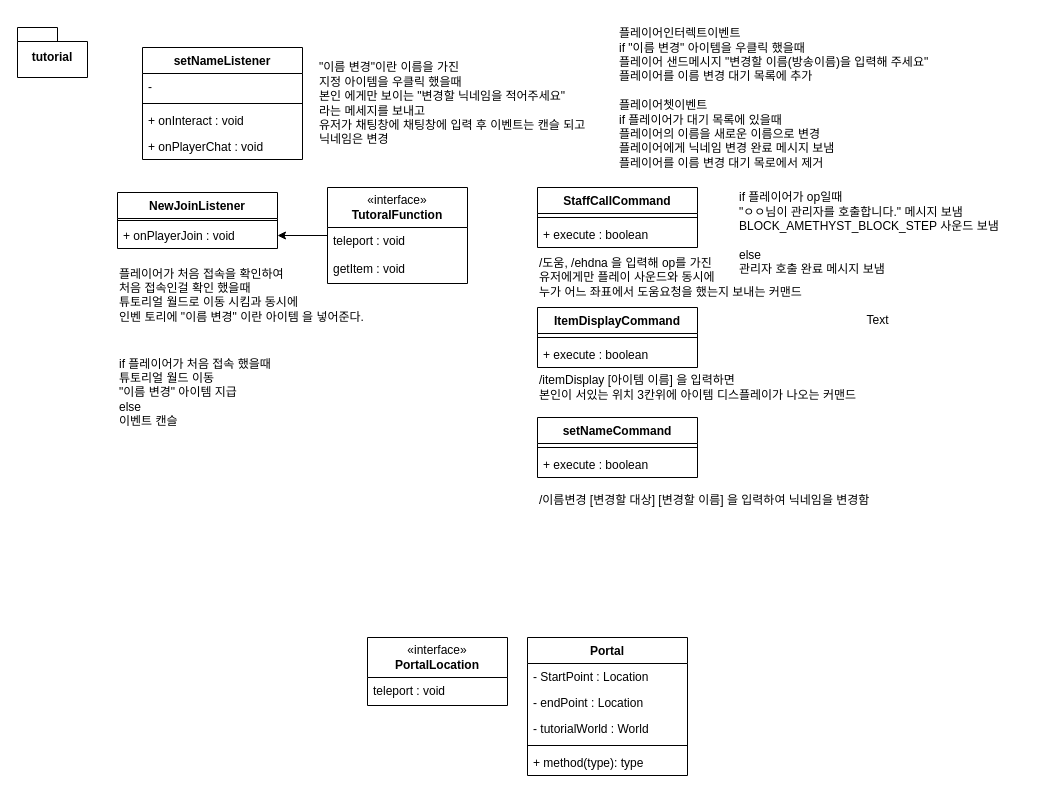
Earlier version of the draw.io diagram 제목 없는 다이어그램.drawio (kuroneko42/ArenaGame). Source tidied: cells renumbered, new cells numbered last; positions are measured from the earlier drawing's top-left corner, leaving out a move shared by most shapes. Both pictures are drawn from the tidied source at 100%, with x=0, y=0 at pixel (17, 17).
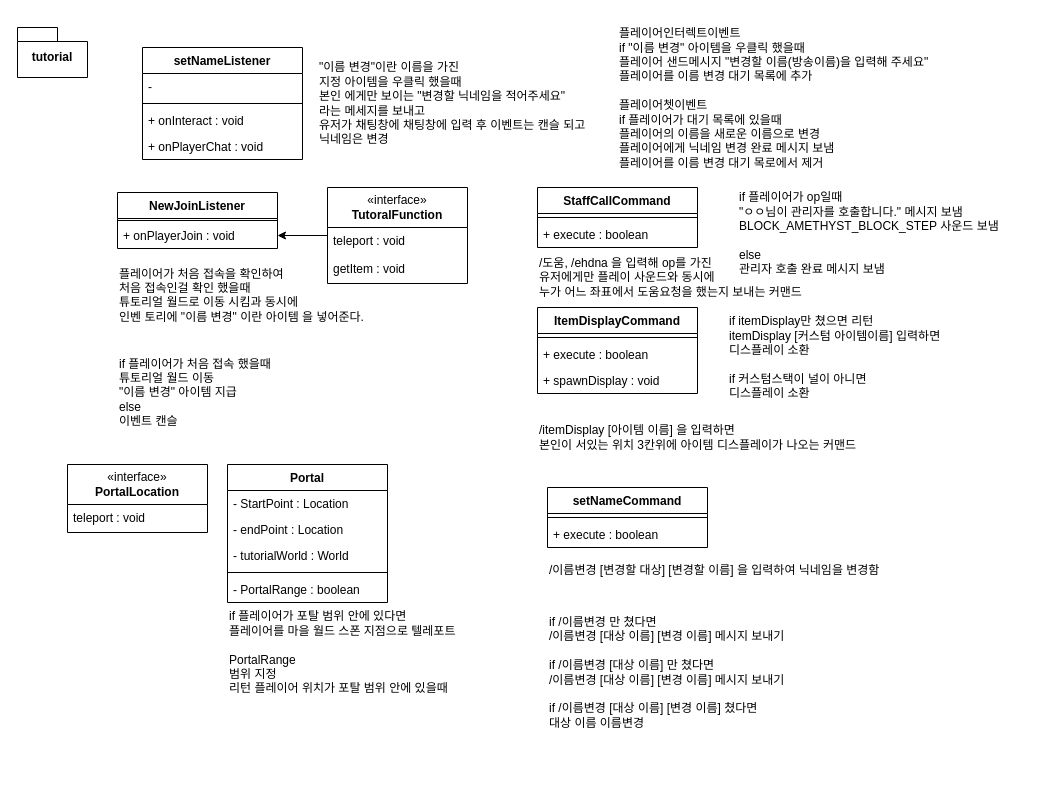
After the change.

Commit message:
제목 없는 다이어그램.drawio 업데이트

The edit, as a diff of the source:
```diff
@@
     <mxCell id="6" value="ItemDisplayCommand" style="swimlane;fontStyle=1;align=center;verticalAlign=top;horizontal=1;startSize=26;whiteSpace=wrap;html=1;" parent="1" vertex="1">
-      <mxGeometry x="520" y="290" width="160" height="60" as="geometry" />
+      <mxGeometry x="520" y="290" width="160" height="86" as="geometry" />
     </mxCell>
@@
+    <mxCell id="41" value="+ spawnDisplay : void" style="text;strokeColor=none;fillColor=none;align=left;verticalAlign=top;spacingLeft=4;spacingRight=4;overflow=hidden;whiteSpace=wrap;html=1;" parent="6" vertex="1">
+      <mxGeometry y="60" width="160" height="26" as="geometry" />
+    </mxCell>
@@
     <mxCell id="12" value="«interface»&lt;br&gt;&lt;b&gt;PortalLocation&lt;/b&gt;" style="swimlane;fontStyle=0;horizontal=1;startSize=40;fillColor=none;whiteSpace=wrap;html=1;" parent="1" vertex="1">
-      <mxGeometry x="350" y="620" width="140" height="68" as="geometry" />
+      <mxGeometry x="50" y="447" width="140" height="68" as="geometry" />
     </mxCell>
@@
     <mxCell id="14" value="Portal" style="swimlane;fontStyle=1;align=center;verticalAlign=top;horizontal=1;startSize=26;whiteSpace=wrap;html=1;" parent="1" vertex="1">
-      <mxGeometry x="510" y="620" width="160" height="138" as="geometry" />
+      <mxGeometry x="210" y="447" width="160" height="138" as="geometry" />
     </mxCell>
@@
-    <mxCell id="19" value="+ method(type): type" style="text;strokeColor=none;fillColor=none;align=left;verticalAlign=top;spacingLeft=4;spacingRight=4;overflow=hidden;whiteSpace=wrap;html=1;" parent="14" vertex="1">
+    <mxCell id="19" value="- PortalRange : boolean" style="text;strokeColor=none;fillColor=none;align=left;verticalAlign=top;spacingLeft=4;spacingRight=4;overflow=hidden;whiteSpace=wrap;html=1;" parent="14" vertex="1">
       <mxGeometry y="112" width="160" height="26" as="geometry" />
     </mxCell>
     <mxCell id="20" value="setNameCommand" style="swimlane;fontStyle=1;align=center;verticalAlign=top;horizontal=1;startSize=26;whiteSpace=wrap;html=1;" parent="1" vertex="1">
-      <mxGeometry x="520" y="400" width="160" height="60" as="geometry" />
+      <mxGeometry x="530" y="470" width="160" height="60" as="geometry" />
     </mxCell>
@@
     <mxCell id="35" value="/itemDisplay [아이템 이름] 을 입력하면&lt;div&gt;본인이 서있는 위치 3칸위에 아이템 디스플레이가 나오는 커맨드&lt;/div&gt;" style="text;html=1;align=left;verticalAlign=middle;strokeColor=none;fillColor=none;" parent="1" vertex="1">
-      <mxGeometry x="520" y="350" width="370" height="40" as="geometry" />
+      <mxGeometry x="520" y="400" width="370" height="40" as="geometry" />
     </mxCell>
     <mxCell id="36" value="/이름변경 [변경할 대상] [변경할 이름] 을 입력하여 닉네임을 변경함" style="text;html=1;align=left;verticalAlign=middle;strokeColor=none;fillColor=none;" parent="1" vertex="1">
-      <mxGeometry x="520" y="468" width="380" height="30" as="geometry" />
+      <mxGeometry x="530" y="538" width="380" height="30" as="geometry" />
     </mxCell>
@@
-    <mxCell id="40" value="Text" style="text;html=1;align=center;verticalAlign=middle;strokeColor=none;fillColor=none;" parent="1" vertex="1">
-      <mxGeometry x="835" y="288" width="50" height="30" as="geometry" />
-    </mxCell>
+    <mxCell id="42" value="&lt;div&gt;&lt;span style=&quot;background-color: initial;&quot;&gt;if itemDisplay만 쳤으면 리턴&lt;/span&gt;&lt;br&gt;&lt;/div&gt;&lt;div&gt;itemDisplay [커스텀 아이템이름] 입력하면&lt;/div&gt;&lt;div&gt;디스플레이 소환&lt;/div&gt;&lt;div&gt;&lt;span style=&quot;background-color: initial;&quot;&gt;&lt;br&gt;&lt;/span&gt;&lt;/div&gt;&lt;div&gt;&lt;span style=&quot;background-color: initial;&quot;&gt;if 커스텀스택이 널이 아니면&lt;/span&gt;&lt;br&gt;&lt;/div&gt;&lt;div&gt;디스플레이 소환&lt;/div&gt;" style="text;html=1;align=left;verticalAlign=middle;strokeColor=none;fillColor=none;" parent="1" vertex="1">
+      <mxGeometry x="710" y="290" width="250" height="100" as="geometry" />
+    </mxCell>
+    <mxCell id="43" value="if /이름변경 만 쳤다면&lt;div&gt;/이름변경 [대상 이름] [변경 이름] 메시지 보내기&lt;/div&gt;&lt;div&gt;&lt;br&gt;&lt;/div&gt;&lt;div&gt;if /이름변경 [대상 이름] 만 쳤다면&lt;/div&gt;&lt;div&gt;/이름변경 [대상 이름] [변경 이름] 메시지 보내기&lt;/div&gt;&lt;div&gt;&lt;br&gt;&lt;/div&gt;&lt;div&gt;if&amp;nbsp;&lt;span style=&quot;background-color: initial;&quot;&gt;/이름변경 [대상 이름] [변경 이름] 쳤다면&lt;/span&gt;&lt;/div&gt;&lt;div&gt;대상 이름 이름변경&lt;/div&gt;" style="text;html=1;align=left;verticalAlign=middle;strokeColor=none;fillColor=none;" parent="1" vertex="1">
+      <mxGeometry x="530" y="590" width="280" height="130" as="geometry" />
+    </mxCell>
+    <mxCell id="44" value="if 플레이어가 포탈 범위 안에 있다면&lt;div&gt;플레이어를 마을 월드 스폰 지점으로 텔레포트&lt;/div&gt;&lt;div&gt;&lt;br&gt;&lt;/div&gt;&lt;div&gt;PortalRange&amp;nbsp;&lt;/div&gt;&lt;div&gt;범위 지정&lt;/div&gt;&lt;div&gt;리턴 플레이어 위치가 포탈 범위 안에 있을때&lt;/div&gt;" style="text;html=1;align=left;verticalAlign=middle;strokeColor=none;fillColor=none;" parent="1" vertex="1">
+      <mxGeometry x="210" y="585" width="270" height="100" as="geometry" />
+    </mxCell>
```
